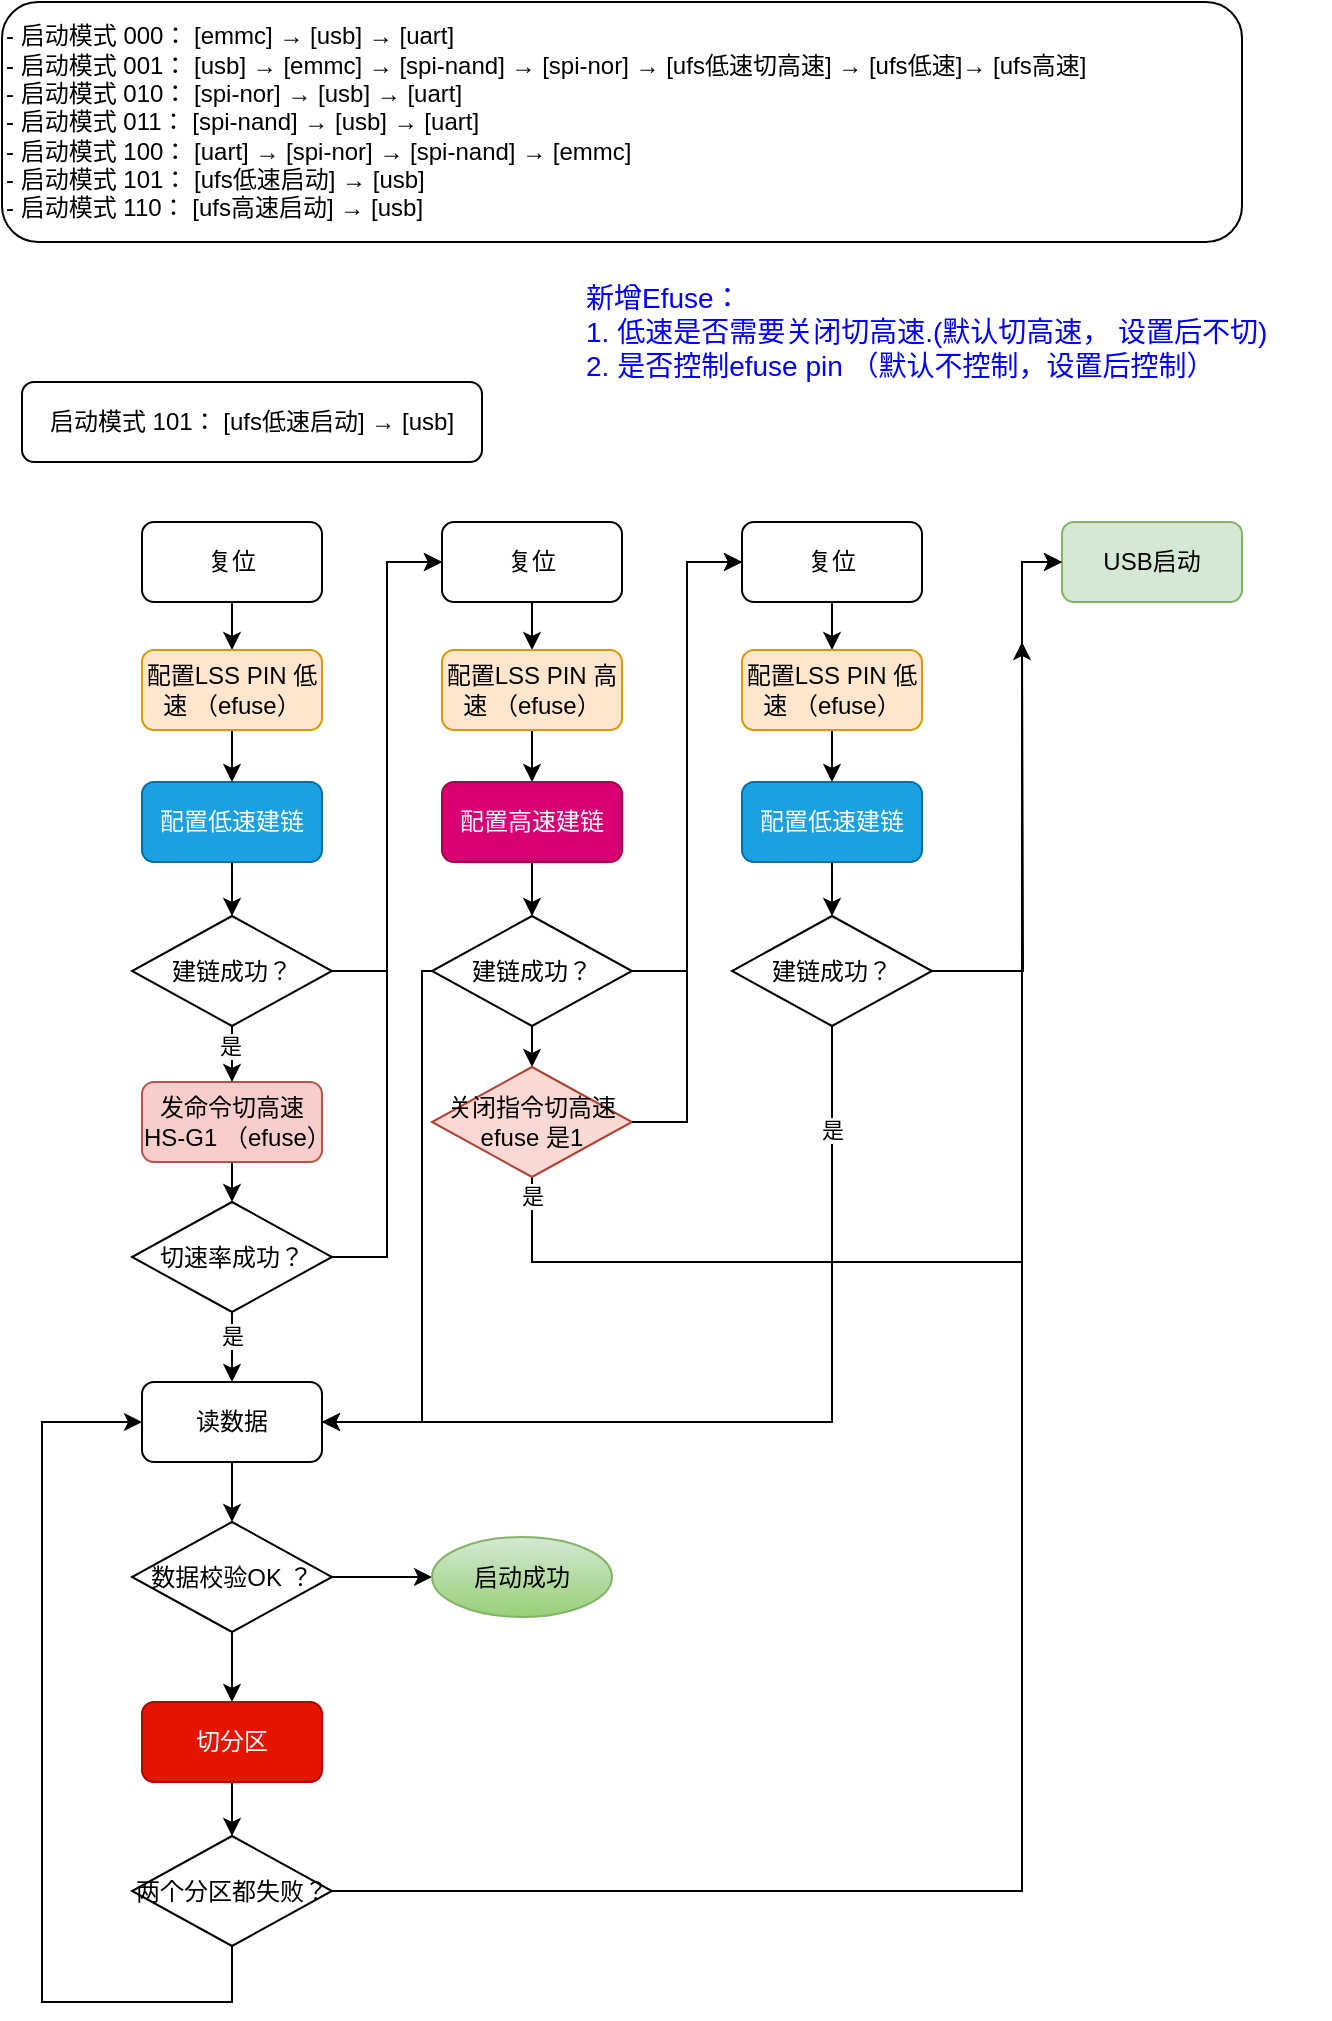
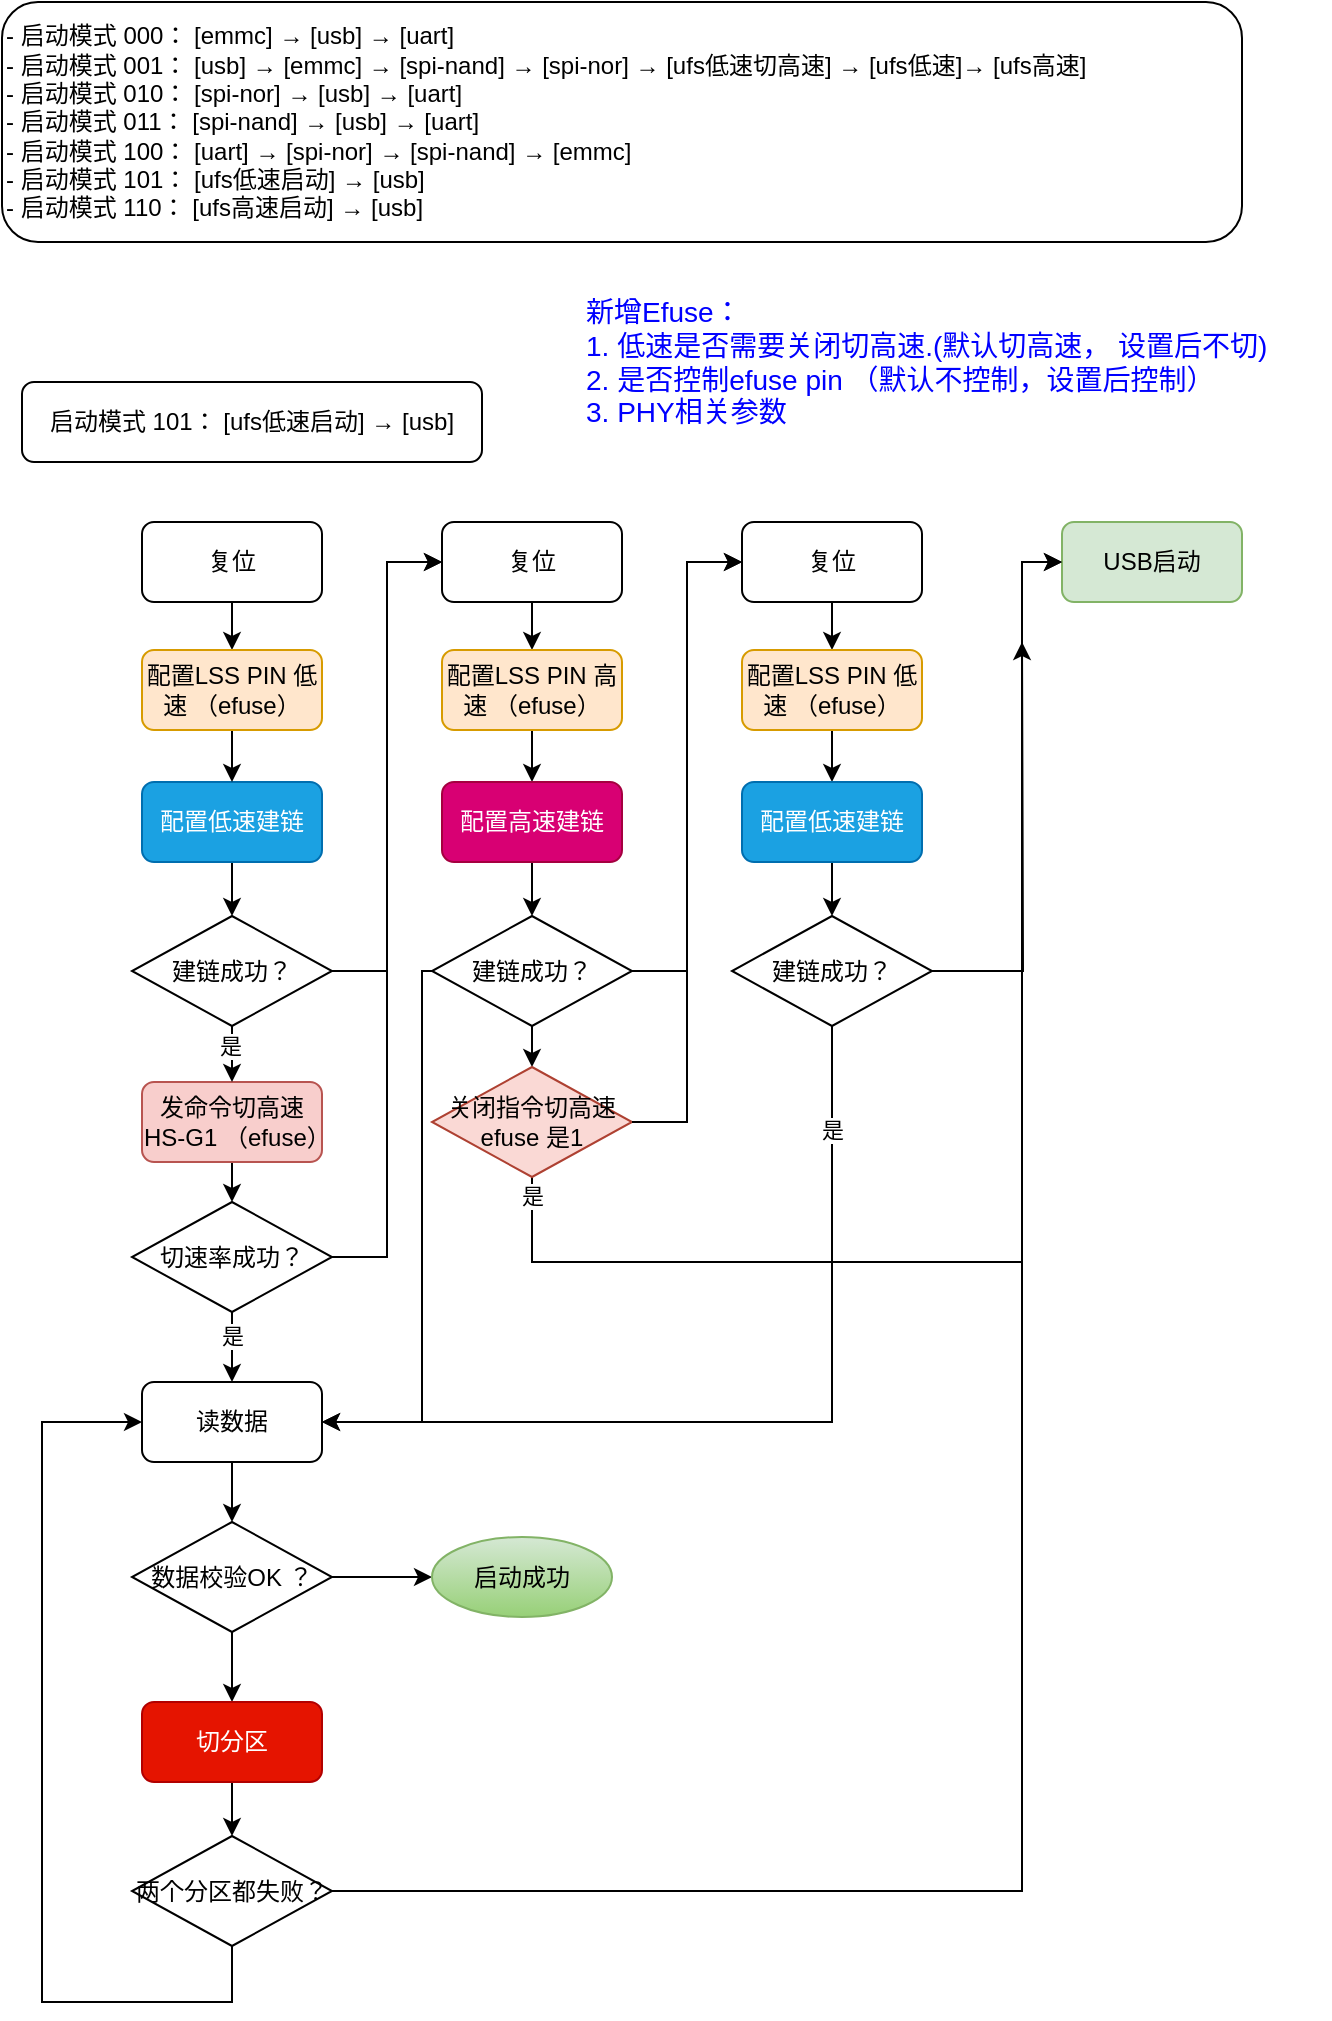
<mxfile host="app.diagrams.net" pages="3">
  <diagram name="第 1 页" id="G7MmgVwn_JN6exUAJ0xq">
    <mxGraphModel dx="1306" dy="677" grid="1" gridSize="10" guides="1" tooltips="1" connect="1" arrows="1" fold="1" page="1" pageScale="1" pageWidth="827" pageHeight="1169" math="0" shadow="0">
      <root>
        <mxCell id="0" />
        <mxCell id="1" parent="0" />
        <mxCell id="rA-qTAb89klGYPX6EJBB-1" parent="1" style="rounded=1;whiteSpace=wrap;html=1;align=left;" value="&lt;div&gt;-&amp;nbsp;&lt;span style=&quot;background-color: transparent; color: light-dark(rgb(0, 0, 0), rgb(255, 255, 255));&quot;&gt;启动模式&amp;nbsp;&lt;/span&gt;&lt;span style=&quot;background-color: transparent; color: light-dark(rgb(0, 0, 0), rgb(255, 255, 255));&quot;&gt;000： [emmc] → [usb] → [uart]&lt;/span&gt;&lt;/div&gt;&lt;div&gt;- 启动模式 001： [usb] → [emmc] → [spi-nand] → [spi-nor]&amp;nbsp;&lt;span style=&quot;background-color: transparent; color: light-dark(rgb(0, 0, 0), rgb(255, 255, 255));&quot;&gt;→ [ufs低速切高速]&amp;nbsp;&lt;/span&gt;&lt;span style=&quot;background-color: transparent; color: light-dark(rgb(0, 0, 0), rgb(255, 255, 255));&quot;&gt;→ [ufs&lt;/span&gt;低&lt;span style=&quot;background-color: transparent; color: light-dark(rgb(0, 0, 0), rgb(255, 255, 255));&quot;&gt;速]&lt;/span&gt;&lt;span style=&quot;background-color: transparent; color: light-dark(rgb(0, 0, 0), rgb(255, 255, 255));&quot;&gt;→ [ufs高速]&lt;/span&gt;&lt;span style=&quot;background-color: transparent; color: light-dark(rgb(0, 0, 0), rgb(255, 255, 255));&quot;&gt;&amp;nbsp;&lt;/span&gt;&lt;/div&gt;&lt;div&gt;- 启动模式 010： [spi-nor] → [usb] → [uart]&lt;/div&gt;&lt;div&gt;- 启动模式 011： [spi-nand] → [usb] → [uart]&lt;/div&gt;&lt;div&gt;- 启动模式 100： [uart] → [spi-nor] → [spi-nand] → [emmc]&lt;/div&gt;&lt;div&gt;- 启动模式 101： [ufs低速启动] &lt;span style=&quot;background-color: transparent; color: light-dark(rgb(0, 0, 0), rgb(255, 255, 255));&quot;&gt;→&amp;nbsp;&lt;/span&gt;&lt;span style=&quot;background-color: transparent; color: light-dark(rgb(0, 0, 0), rgb(255, 255, 255));&quot;&gt;[usb]&lt;/span&gt;&lt;/div&gt;&lt;div&gt;- 启动模式 110：&amp;nbsp;&lt;span style=&quot;background-color: transparent; color: light-dark(rgb(0, 0, 0), rgb(255, 255, 255));&quot;&gt;[ufs高速启动]&lt;/span&gt;&lt;span style=&quot;background-color: transparent; color: light-dark(rgb(0, 0, 0), rgb(255, 255, 255));&quot;&gt; &lt;/span&gt;&lt;span style=&quot;background-color: transparent; color: light-dark(rgb(0, 0, 0), rgb(255, 255, 255));&quot;&gt;→ &lt;/span&gt;&lt;span style=&quot;background-color: transparent; color: light-dark(rgb(0, 0, 0), rgb(255, 255, 255));&quot;&gt;[usb]&lt;/span&gt;&lt;/div&gt;" vertex="1">
          <mxGeometry height="120" width="620" x="90" y="60" as="geometry" />
        </mxCell>
-         <mxCell id="NB0EyB8uGB_RDp4CUSld-2" parent="1" style="text;html=1;whiteSpace=wrap;strokeColor=none;fillColor=none;align=left;verticalAlign=middle;rounded=0;fontColor=#0000FF;fontSize=14;" value="新增Efuse：&lt;div&gt;1. 低速是否需要关闭切高速.(默认切高速， 设置后不切)&lt;/div&gt;&lt;div&gt;2. 是否控制efuse pin （默认不控制，设置后控制）&lt;/div&gt;" vertex="1">
-           <mxGeometry height="50" width="374" x="380" y="200" as="geometry" />
+         <mxCell id="NB0EyB8uGB_RDp4CUSld-2" parent="1" style="text;html=1;whiteSpace=wrap;strokeColor=none;fillColor=none;align=left;verticalAlign=middle;rounded=0;fontColor=#0000FF;fontSize=14;" value="新增Efuse：&lt;div&gt;1. 低速是否需要关闭切高速.(默认切高速， 设置后不切)&lt;/div&gt;&lt;div&gt;2. 是否控制efuse pin （默认不控制，设置后控制）&lt;/div&gt;&lt;div&gt;3. PHY相关参数&lt;/div&gt;" vertex="1">
+           <mxGeometry height="80" width="374" x="380" y="200" as="geometry" />
        </mxCell>
        <mxCell id="NB0EyB8uGB_RDp4CUSld-23" edge="1" parent="1" source="NB0EyB8uGB_RDp4CUSld-5" style="edgeStyle=orthogonalEdgeStyle;rounded=0;orthogonalLoop=1;jettySize=auto;html=1;exitX=0.5;exitY=1;exitDx=0;exitDy=0;entryX=0.5;entryY=0;entryDx=0;entryDy=0;" target="NB0EyB8uGB_RDp4CUSld-7">
          <mxGeometry relative="1" as="geometry" />
        </mxCell>
        <mxCell id="NB0EyB8uGB_RDp4CUSld-5" parent="1" style="rounded=1;whiteSpace=wrap;html=1;" value="复位" vertex="1">
          <mxGeometry height="40" width="90" x="160" y="320" as="geometry" />
        </mxCell>
        <mxCell id="NB0EyB8uGB_RDp4CUSld-25" edge="1" parent="1" source="NB0EyB8uGB_RDp4CUSld-6" style="edgeStyle=orthogonalEdgeStyle;rounded=0;orthogonalLoop=1;jettySize=auto;html=1;exitX=0.5;exitY=1;exitDx=0;exitDy=0;entryX=0.5;entryY=0;entryDx=0;entryDy=0;" target="NB0EyB8uGB_RDp4CUSld-9">
          <mxGeometry relative="1" as="geometry" />
        </mxCell>
        <mxCell id="NB0EyB8uGB_RDp4CUSld-6" parent="1" style="rounded=1;whiteSpace=wrap;html=1;fillColor=#1ba1e2;fontColor=#ffffff;strokeColor=#006EAF;" value="配置低速建链" vertex="1">
          <mxGeometry height="40" width="90" x="160" y="450" as="geometry" />
        </mxCell>
        <mxCell id="NB0EyB8uGB_RDp4CUSld-24" edge="1" parent="1" source="NB0EyB8uGB_RDp4CUSld-7" style="edgeStyle=orthogonalEdgeStyle;rounded=0;orthogonalLoop=1;jettySize=auto;html=1;exitX=0.5;exitY=1;exitDx=0;exitDy=0;entryX=0.5;entryY=0;entryDx=0;entryDy=0;" target="NB0EyB8uGB_RDp4CUSld-6">
          <mxGeometry relative="1" as="geometry">
            <mxPoint x="205" y="444" as="targetPoint" />
          </mxGeometry>
        </mxCell>
        <mxCell id="NB0EyB8uGB_RDp4CUSld-7" parent="1" style="rounded=1;whiteSpace=wrap;html=1;fillColor=#ffe6cc;strokeColor=#d79b00;" value="配置LSS PIN 低速 （efuse）" vertex="1">
          <mxGeometry height="40" width="90" x="160" y="384" as="geometry" />
        </mxCell>
        <mxCell id="NB0EyB8uGB_RDp4CUSld-27" edge="1" parent="1" source="NB0EyB8uGB_RDp4CUSld-8" style="edgeStyle=orthogonalEdgeStyle;rounded=0;orthogonalLoop=1;jettySize=auto;html=1;exitX=0.5;exitY=1;exitDx=0;exitDy=0;entryX=0.5;entryY=0;entryDx=0;entryDy=0;" target="NB0EyB8uGB_RDp4CUSld-17">
          <mxGeometry relative="1" as="geometry" />
        </mxCell>
        <mxCell id="NB0EyB8uGB_RDp4CUSld-8" parent="1" style="rounded=1;whiteSpace=wrap;html=1;fillColor=#f8cecc;strokeColor=#b85450;" value="发命令切高速 HS-G1 （efuse）" vertex="1">
          <mxGeometry height="40" width="90" x="160" y="600" as="geometry" />
        </mxCell>
        <mxCell id="NB0EyB8uGB_RDp4CUSld-26" edge="1" parent="1" source="NB0EyB8uGB_RDp4CUSld-9" style="edgeStyle=orthogonalEdgeStyle;rounded=0;orthogonalLoop=1;jettySize=auto;html=1;exitX=0.5;exitY=1;exitDx=0;exitDy=0;" target="NB0EyB8uGB_RDp4CUSld-8">
          <mxGeometry relative="1" as="geometry" />
        </mxCell>
        <mxCell id="KlgkcFlpm4Ags5-VuJH5-14" connectable="0" parent="NB0EyB8uGB_RDp4CUSld-26" style="edgeLabel;html=1;align=center;verticalAlign=middle;resizable=0;points=[];" value="是" vertex="1">
          <mxGeometry relative="1" x="0.2946" y="-1" as="geometry">
            <mxPoint as="offset" />
          </mxGeometry>
        </mxCell>
        <mxCell id="KlgkcFlpm4Ags5-VuJH5-1" edge="1" parent="1" source="NB0EyB8uGB_RDp4CUSld-9" style="edgeStyle=orthogonalEdgeStyle;rounded=0;orthogonalLoop=1;jettySize=auto;html=1;exitX=1;exitY=0.5;exitDx=0;exitDy=0;entryX=0;entryY=0.5;entryDx=0;entryDy=0;" target="NB0EyB8uGB_RDp4CUSld-11">
          <mxGeometry relative="1" as="geometry" />
        </mxCell>
        <mxCell id="NB0EyB8uGB_RDp4CUSld-9" parent="1" style="rhombus;whiteSpace=wrap;html=1;" value="建链成功？" vertex="1">
          <mxGeometry height="55" width="100" x="155" y="517" as="geometry" />
        </mxCell>
        <mxCell id="NB0EyB8uGB_RDp4CUSld-10" parent="1" style="rounded=1;whiteSpace=wrap;html=1;" value="&lt;span style=&quot;text-align: left;&quot;&gt;启动模式 101： [ufs低速启动] &lt;/span&gt;&lt;span style=&quot;color: light-dark(rgb(0, 0, 0), rgb(255, 255, 255)); text-align: left; background-color: transparent;&quot;&gt;→ &lt;/span&gt;&lt;span style=&quot;color: light-dark(rgb(0, 0, 0), rgb(255, 255, 255)); text-align: left; background-color: transparent;&quot;&gt;[usb]&lt;/span&gt;" vertex="1">
          <mxGeometry height="40" width="230" x="100" y="250" as="geometry" />
        </mxCell>
        <mxCell id="NB0EyB8uGB_RDp4CUSld-36" edge="1" parent="1" source="NB0EyB8uGB_RDp4CUSld-11" style="edgeStyle=orthogonalEdgeStyle;rounded=0;orthogonalLoop=1;jettySize=auto;html=1;exitX=0.5;exitY=1;exitDx=0;exitDy=0;entryX=0.5;entryY=0;entryDx=0;entryDy=0;" target="NB0EyB8uGB_RDp4CUSld-12">
          <mxGeometry relative="1" as="geometry" />
        </mxCell>
        <mxCell id="NB0EyB8uGB_RDp4CUSld-11" parent="1" style="rounded=1;whiteSpace=wrap;html=1;" value="复位" vertex="1">
          <mxGeometry height="40" width="90" x="310" y="320" as="geometry" />
        </mxCell>
        <mxCell id="NB0EyB8uGB_RDp4CUSld-37" edge="1" parent="1" source="NB0EyB8uGB_RDp4CUSld-12" style="edgeStyle=orthogonalEdgeStyle;rounded=0;orthogonalLoop=1;jettySize=auto;html=1;exitX=0.5;exitY=1;exitDx=0;exitDy=0;entryX=0.5;entryY=0;entryDx=0;entryDy=0;" target="NB0EyB8uGB_RDp4CUSld-13">
          <mxGeometry relative="1" as="geometry" />
        </mxCell>
        <mxCell id="NB0EyB8uGB_RDp4CUSld-12" parent="1" style="rounded=1;whiteSpace=wrap;html=1;fillColor=#ffe6cc;strokeColor=#d79b00;" value="配置LSS PIN 高速 （efuse）" vertex="1">
          <mxGeometry height="40" width="90" x="310" y="384" as="geometry" />
        </mxCell>
        <mxCell id="NB0EyB8uGB_RDp4CUSld-38" edge="1" parent="1" source="NB0EyB8uGB_RDp4CUSld-13" style="edgeStyle=orthogonalEdgeStyle;rounded=0;orthogonalLoop=1;jettySize=auto;html=1;exitX=0.5;exitY=1;exitDx=0;exitDy=0;entryX=0.5;entryY=0;entryDx=0;entryDy=0;" target="NB0EyB8uGB_RDp4CUSld-31">
          <mxGeometry relative="1" as="geometry" />
        </mxCell>
        <mxCell id="NB0EyB8uGB_RDp4CUSld-13" parent="1" style="rounded=1;whiteSpace=wrap;html=1;fillColor=#d80073;fontColor=#ffffff;strokeColor=#A50040;" value="配置高速建链" vertex="1">
          <mxGeometry height="40" width="90" x="310" y="450" as="geometry" />
        </mxCell>
        <mxCell id="NB0EyB8uGB_RDp4CUSld-28" edge="1" parent="1" source="NB0EyB8uGB_RDp4CUSld-17" style="edgeStyle=orthogonalEdgeStyle;rounded=0;orthogonalLoop=1;jettySize=auto;html=1;exitX=0.5;exitY=1;exitDx=0;exitDy=0;entryX=0.5;entryY=0;entryDx=0;entryDy=0;" target="NB0EyB8uGB_RDp4CUSld-18">
          <mxGeometry relative="1" as="geometry" />
        </mxCell>
        <mxCell id="KlgkcFlpm4Ags5-VuJH5-16" connectable="0" parent="NB0EyB8uGB_RDp4CUSld-28" style="edgeLabel;html=1;align=center;verticalAlign=middle;resizable=0;points=[];" value="是" vertex="1">
          <mxGeometry relative="1" x="-0.3338" as="geometry">
            <mxPoint as="offset" />
          </mxGeometry>
        </mxCell>
        <mxCell id="KlgkcFlpm4Ags5-VuJH5-2" edge="1" parent="1" source="NB0EyB8uGB_RDp4CUSld-17" style="edgeStyle=orthogonalEdgeStyle;rounded=0;orthogonalLoop=1;jettySize=auto;html=1;exitX=1;exitY=0.5;exitDx=0;exitDy=0;entryX=0;entryY=0.5;entryDx=0;entryDy=0;" target="NB0EyB8uGB_RDp4CUSld-11">
          <mxGeometry relative="1" as="geometry" />
        </mxCell>
        <mxCell id="NB0EyB8uGB_RDp4CUSld-17" parent="1" style="rhombus;whiteSpace=wrap;html=1;" value="切速率成功？" vertex="1">
          <mxGeometry height="55" width="100" x="155" y="660" as="geometry" />
        </mxCell>
        <mxCell id="NB0EyB8uGB_RDp4CUSld-29" edge="1" parent="1" source="NB0EyB8uGB_RDp4CUSld-18" style="edgeStyle=orthogonalEdgeStyle;rounded=0;orthogonalLoop=1;jettySize=auto;html=1;exitX=0.5;exitY=1;exitDx=0;exitDy=0;entryX=0.5;entryY=0;entryDx=0;entryDy=0;" target="NB0EyB8uGB_RDp4CUSld-20">
          <mxGeometry relative="1" as="geometry" />
        </mxCell>
        <mxCell id="NB0EyB8uGB_RDp4CUSld-18" parent="1" style="rounded=1;whiteSpace=wrap;html=1;" value="读数据" vertex="1">
          <mxGeometry height="40" width="90" x="160" y="750" as="geometry" />
        </mxCell>
        <mxCell id="NB0EyB8uGB_RDp4CUSld-30" edge="1" parent="1" source="NB0EyB8uGB_RDp4CUSld-20" style="edgeStyle=orthogonalEdgeStyle;rounded=0;orthogonalLoop=1;jettySize=auto;html=1;exitX=0.5;exitY=1;exitDx=0;exitDy=0;entryX=0.5;entryY=0;entryDx=0;entryDy=0;" target="NB0EyB8uGB_RDp4CUSld-21">
          <mxGeometry relative="1" as="geometry" />
        </mxCell>
        <mxCell id="Vg5q-0XLda4XJRTYY7xd-2" edge="1" parent="1" source="NB0EyB8uGB_RDp4CUSld-20" style="edgeStyle=orthogonalEdgeStyle;rounded=0;orthogonalLoop=1;jettySize=auto;html=1;exitX=1;exitY=0.5;exitDx=0;exitDy=0;entryX=0;entryY=0.5;entryDx=0;entryDy=0;" target="Vg5q-0XLda4XJRTYY7xd-1">
          <mxGeometry relative="1" as="geometry" />
        </mxCell>
        <mxCell id="NB0EyB8uGB_RDp4CUSld-20" parent="1" style="rhombus;whiteSpace=wrap;html=1;" value="数据校验OK ？" vertex="1">
          <mxGeometry height="55" width="100" x="155" y="820" as="geometry" />
        </mxCell>
        <mxCell id="NB0EyB8uGB_RDp4CUSld-22" edge="1" parent="1" source="KlgkcFlpm4Ags5-VuJH5-11" style="edgeStyle=orthogonalEdgeStyle;rounded=0;orthogonalLoop=1;jettySize=auto;html=1;exitX=0.5;exitY=1;exitDx=0;exitDy=0;entryX=0;entryY=0.5;entryDx=0;entryDy=0;" target="NB0EyB8uGB_RDp4CUSld-18">
          <mxGeometry relative="1" as="geometry">
            <Array as="points">
              <mxPoint x="205" y="1060" />
              <mxPoint x="110" y="1060" />
              <mxPoint x="110" y="770" />
            </Array>
          </mxGeometry>
        </mxCell>
        <mxCell id="KlgkcFlpm4Ags5-VuJH5-12" edge="1" parent="1" source="NB0EyB8uGB_RDp4CUSld-21" style="edgeStyle=orthogonalEdgeStyle;rounded=0;orthogonalLoop=1;jettySize=auto;html=1;exitX=0.5;exitY=1;exitDx=0;exitDy=0;entryX=0.5;entryY=0;entryDx=0;entryDy=0;" target="KlgkcFlpm4Ags5-VuJH5-11">
          <mxGeometry relative="1" as="geometry" />
        </mxCell>
        <mxCell id="NB0EyB8uGB_RDp4CUSld-21" parent="1" style="rounded=1;whiteSpace=wrap;html=1;fillColor=#e51400;fontColor=#ffffff;strokeColor=#B20000;" value="切分区" vertex="1">
          <mxGeometry height="40" width="90" x="160" y="910" as="geometry" />
        </mxCell>
        <mxCell id="KlgkcFlpm4Ags5-VuJH5-8" edge="1" parent="1" source="NB0EyB8uGB_RDp4CUSld-31" style="edgeStyle=orthogonalEdgeStyle;rounded=0;orthogonalLoop=1;jettySize=auto;html=1;exitX=1;exitY=0.5;exitDx=0;exitDy=0;entryX=0;entryY=0.5;entryDx=0;entryDy=0;" target="NB0EyB8uGB_RDp4CUSld-42">
          <mxGeometry relative="1" as="geometry" />
        </mxCell>
        <mxCell id="Vg5q-0XLda4XJRTYY7xd-7" edge="1" parent="1" source="NB0EyB8uGB_RDp4CUSld-31" style="edgeStyle=orthogonalEdgeStyle;rounded=0;orthogonalLoop=1;jettySize=auto;html=1;exitX=0;exitY=0.5;exitDx=0;exitDy=0;">
          <mxGeometry relative="1" as="geometry">
            <Array as="points">
              <mxPoint x="300" y="544" />
              <mxPoint x="300" y="770" />
            </Array>
            <mxPoint x="250" y="770" as="targetPoint" />
          </mxGeometry>
        </mxCell>
        <mxCell id="Vg5q-0XLda4XJRTYY7xd-8" edge="1" parent="1" source="NB0EyB8uGB_RDp4CUSld-31" style="edgeStyle=orthogonalEdgeStyle;rounded=0;orthogonalLoop=1;jettySize=auto;html=1;exitX=0.5;exitY=1;exitDx=0;exitDy=0;entryX=0.5;entryY=0;entryDx=0;entryDy=0;" target="Vg5q-0XLda4XJRTYY7xd-3">
          <mxGeometry relative="1" as="geometry" />
        </mxCell>
        <mxCell id="NB0EyB8uGB_RDp4CUSld-31" parent="1" style="rhombus;whiteSpace=wrap;html=1;" value="建链成功？" vertex="1">
          <mxGeometry height="55" width="100" x="305" y="517" as="geometry" />
        </mxCell>
        <mxCell id="KlgkcFlpm4Ags5-VuJH5-5" edge="1" parent="1" source="NB0EyB8uGB_RDp4CUSld-42" style="edgeStyle=orthogonalEdgeStyle;rounded=0;orthogonalLoop=1;jettySize=auto;html=1;exitX=0.5;exitY=1;exitDx=0;exitDy=0;entryX=0.5;entryY=0;entryDx=0;entryDy=0;" target="NB0EyB8uGB_RDp4CUSld-43">
          <mxGeometry relative="1" as="geometry" />
        </mxCell>
        <mxCell id="NB0EyB8uGB_RDp4CUSld-42" parent="1" style="rounded=1;whiteSpace=wrap;html=1;" value="复位" vertex="1">
          <mxGeometry height="40" width="90" x="460" y="320" as="geometry" />
        </mxCell>
        <mxCell id="KlgkcFlpm4Ags5-VuJH5-6" edge="1" parent="1" source="NB0EyB8uGB_RDp4CUSld-43" style="edgeStyle=orthogonalEdgeStyle;rounded=0;orthogonalLoop=1;jettySize=auto;html=1;exitX=0.5;exitY=1;exitDx=0;exitDy=0;entryX=0.5;entryY=0;entryDx=0;entryDy=0;" target="NB0EyB8uGB_RDp4CUSld-44">
          <mxGeometry relative="1" as="geometry" />
        </mxCell>
        <mxCell id="NB0EyB8uGB_RDp4CUSld-43" parent="1" style="rounded=1;whiteSpace=wrap;html=1;fillColor=#ffe6cc;strokeColor=#d79b00;" value="配置LSS PIN 低速 （efuse）" vertex="1">
          <mxGeometry height="40" width="90" x="460" y="384" as="geometry" />
        </mxCell>
        <mxCell id="KlgkcFlpm4Ags5-VuJH5-7" edge="1" parent="1" source="NB0EyB8uGB_RDp4CUSld-44" style="edgeStyle=orthogonalEdgeStyle;rounded=0;orthogonalLoop=1;jettySize=auto;html=1;exitX=0.5;exitY=1;exitDx=0;exitDy=0;entryX=0.5;entryY=0;entryDx=0;entryDy=0;" target="NB0EyB8uGB_RDp4CUSld-45">
          <mxGeometry relative="1" as="geometry" />
        </mxCell>
        <mxCell id="NB0EyB8uGB_RDp4CUSld-44" parent="1" style="rounded=1;whiteSpace=wrap;html=1;fillColor=#1ba1e2;fontColor=#ffffff;strokeColor=#006EAF;" value="配置低速建链" vertex="1">
          <mxGeometry height="40" width="90" x="460" y="450" as="geometry" />
        </mxCell>
        <mxCell id="KlgkcFlpm4Ags5-VuJH5-4" edge="1" parent="1" source="NB0EyB8uGB_RDp4CUSld-45" style="edgeStyle=orthogonalEdgeStyle;rounded=0;orthogonalLoop=1;jettySize=auto;html=1;exitX=0.5;exitY=1;exitDx=0;exitDy=0;">
          <mxGeometry relative="1" as="geometry">
            <Array as="points">
              <mxPoint x="505" y="770" />
              <mxPoint x="250" y="770" />
            </Array>
            <mxPoint x="250" y="770" as="targetPoint" />
          </mxGeometry>
        </mxCell>
        <mxCell id="KlgkcFlpm4Ags5-VuJH5-18" connectable="0" parent="KlgkcFlpm4Ags5-VuJH5-4" style="edgeLabel;html=1;align=center;verticalAlign=middle;resizable=0;points=[];" value="是" vertex="1">
          <mxGeometry relative="1" x="-0.7697" as="geometry">
            <mxPoint as="offset" />
          </mxGeometry>
        </mxCell>
        <mxCell id="KlgkcFlpm4Ags5-VuJH5-19" edge="1" parent="1" source="NB0EyB8uGB_RDp4CUSld-45" style="edgeStyle=orthogonalEdgeStyle;rounded=0;orthogonalLoop=1;jettySize=auto;html=1;exitX=1;exitY=0.5;exitDx=0;exitDy=0;">
          <mxGeometry relative="1" as="geometry">
            <mxPoint x="600" y="380" as="targetPoint" />
          </mxGeometry>
        </mxCell>
        <mxCell id="NB0EyB8uGB_RDp4CUSld-45" parent="1" style="rhombus;whiteSpace=wrap;html=1;" value="建链成功？" vertex="1">
          <mxGeometry height="55" width="100" x="455" y="517" as="geometry" />
        </mxCell>
        <mxCell id="KlgkcFlpm4Ags5-VuJH5-9" parent="1" style="rounded=1;whiteSpace=wrap;html=1;fillColor=#d5e8d4;strokeColor=#82b366;" value="USB启动" vertex="1">
          <mxGeometry height="40" width="90" x="620" y="320" as="geometry" />
        </mxCell>
        <mxCell id="KlgkcFlpm4Ags5-VuJH5-13" edge="1" parent="1" source="KlgkcFlpm4Ags5-VuJH5-11" style="edgeStyle=orthogonalEdgeStyle;rounded=0;orthogonalLoop=1;jettySize=auto;html=1;exitX=1;exitY=0.5;exitDx=0;exitDy=0;entryX=0;entryY=0.5;entryDx=0;entryDy=0;" target="KlgkcFlpm4Ags5-VuJH5-9">
          <mxGeometry relative="1" as="geometry">
            <Array as="points">
              <mxPoint x="600" y="1005" />
              <mxPoint x="600" y="340" />
            </Array>
          </mxGeometry>
        </mxCell>
        <mxCell id="KlgkcFlpm4Ags5-VuJH5-11" parent="1" style="rhombus;whiteSpace=wrap;html=1;" value="两个分区都失败？" vertex="1">
          <mxGeometry height="55" width="100" x="155" y="977" as="geometry" />
        </mxCell>
        <mxCell id="Vg5q-0XLda4XJRTYY7xd-1" parent="1" style="ellipse;whiteSpace=wrap;html=1;fillColor=#d5e8d4;gradientColor=#97d077;strokeColor=#82b366;" value="启动成功" vertex="1">
          <mxGeometry height="40" width="90" x="305" y="827.5" as="geometry" />
        </mxCell>
        <mxCell id="Vg5q-0XLda4XJRTYY7xd-10" edge="1" parent="1" source="Vg5q-0XLda4XJRTYY7xd-3" style="edgeStyle=orthogonalEdgeStyle;rounded=0;orthogonalLoop=1;jettySize=auto;html=1;exitX=0.5;exitY=1;exitDx=0;exitDy=0;entryX=0;entryY=0.5;entryDx=0;entryDy=0;" target="KlgkcFlpm4Ags5-VuJH5-9">
          <mxGeometry relative="1" as="geometry">
            <Array as="points">
              <mxPoint x="355" y="690" />
              <mxPoint x="600" y="690" />
              <mxPoint x="600" y="340" />
            </Array>
          </mxGeometry>
        </mxCell>
        <mxCell id="Vg5q-0XLda4XJRTYY7xd-11" connectable="0" parent="Vg5q-0XLda4XJRTYY7xd-10" style="edgeLabel;html=1;align=center;verticalAlign=middle;resizable=0;points=[];" value="是" vertex="1">
          <mxGeometry relative="1" x="-0.9713" as="geometry">
            <mxPoint as="offset" />
          </mxGeometry>
        </mxCell>
        <mxCell id="Vg5q-0XLda4XJRTYY7xd-3" parent="1" style="rhombus;whiteSpace=wrap;html=1;fillColor=#fad9d5;strokeColor=#ae4132;" value="关闭指令切高速&lt;div&gt;efuse 是1&lt;/div&gt;" vertex="1">
          <mxGeometry height="55" width="100" x="305" y="592.5" as="geometry" />
        </mxCell>
        <mxCell id="Vg5q-0XLda4XJRTYY7xd-9" edge="1" parent="1" source="Vg5q-0XLda4XJRTYY7xd-3" style="edgeStyle=orthogonalEdgeStyle;rounded=0;orthogonalLoop=1;jettySize=auto;html=1;exitX=1;exitY=0.5;exitDx=0;exitDy=0;entryX=0;entryY=0.5;entryDx=0;entryDy=0;" target="NB0EyB8uGB_RDp4CUSld-42">
          <mxGeometry relative="1" as="geometry" />
        </mxCell>
      </root>
    </mxGraphModel>
  </diagram>
  <diagram id="ql6nhWf0VNW54Wtxsakh" name="第 3 页">
    <mxGraphModel dx="902" dy="467" grid="1" gridSize="10" guides="1" tooltips="1" connect="1" arrows="1" fold="1" page="1" pageScale="1" pageWidth="827" pageHeight="1169" math="0" shadow="0">
      <root>
        <mxCell id="0" />
        <mxCell id="1" parent="0" />
        <mxCell id="Snxa9bD47oOBx4wNCC72-1" edge="1" parent="1" source="Snxa9bD47oOBx4wNCC72-2" style="edgeStyle=orthogonalEdgeStyle;rounded=0;orthogonalLoop=1;jettySize=auto;html=1;exitX=0.5;exitY=1;exitDx=0;exitDy=0;entryX=0.5;entryY=0;entryDx=0;entryDy=0;" target="Snxa9bD47oOBx4wNCC72-6">
          <mxGeometry relative="1" as="geometry" />
        </mxCell>
        <mxCell id="Snxa9bD47oOBx4wNCC72-2" parent="1" style="rounded=1;whiteSpace=wrap;html=1;" value="复位" vertex="1">
          <mxGeometry height="40" width="90" x="190" y="110" as="geometry" />
        </mxCell>
        <mxCell id="Snxa9bD47oOBx4wNCC72-3" edge="1" parent="1" source="Snxa9bD47oOBx4wNCC72-4" style="edgeStyle=orthogonalEdgeStyle;rounded=0;orthogonalLoop=1;jettySize=auto;html=1;exitX=0.5;exitY=1;exitDx=0;exitDy=0;entryX=0.5;entryY=0;entryDx=0;entryDy=0;" target="Snxa9bD47oOBx4wNCC72-23">
          <mxGeometry relative="1" as="geometry">
            <mxPoint x="235" y="307" as="targetPoint" />
          </mxGeometry>
        </mxCell>
        <mxCell id="Snxa9bD47oOBx4wNCC72-4" parent="1" style="rounded=1;whiteSpace=wrap;html=1;fillColor=#d80073;fontColor=#ffffff;strokeColor=#A50040;" value="配置高速建链" vertex="1">
          <mxGeometry height="40" width="90" x="190" y="240" as="geometry" />
        </mxCell>
        <mxCell id="Snxa9bD47oOBx4wNCC72-5" edge="1" parent="1" source="Snxa9bD47oOBx4wNCC72-6" style="edgeStyle=orthogonalEdgeStyle;rounded=0;orthogonalLoop=1;jettySize=auto;html=1;exitX=0.5;exitY=1;exitDx=0;exitDy=0;entryX=0.5;entryY=0;entryDx=0;entryDy=0;" target="Snxa9bD47oOBx4wNCC72-4">
          <mxGeometry relative="1" as="geometry">
            <mxPoint x="235" y="234" as="targetPoint" />
          </mxGeometry>
        </mxCell>
        <mxCell id="Snxa9bD47oOBx4wNCC72-6" parent="1" style="rounded=1;whiteSpace=wrap;html=1;fillColor=#ffe6cc;strokeColor=#d79b00;" value="配置LSS PIN高速 （efuse）" vertex="1">
          <mxGeometry height="40" width="90" x="190" y="174" as="geometry" />
        </mxCell>
        <mxCell id="Snxa9bD47oOBx4wNCC72-13" parent="1" style="rounded=1;whiteSpace=wrap;html=1;align=left;" value="启动模式 110： &lt;span style=&quot;color: light-dark(rgb(0, 0, 0), rgb(255, 255, 255)); background-color: transparent;&quot;&gt;[ufs高速启动]&lt;/span&gt;&lt;span style=&quot;color: light-dark(rgb(0, 0, 0), rgb(255, 255, 255)); background-color: transparent;&quot;&gt; &lt;/span&gt;&lt;span style=&quot;color: light-dark(rgb(0, 0, 0), rgb(255, 255, 255)); background-color: transparent;&quot;&gt;→ &lt;/span&gt;&lt;span style=&quot;color: light-dark(rgb(0, 0, 0), rgb(255, 255, 255)); background-color: transparent;&quot;&gt;[usb]&lt;/span&gt;" vertex="1">
          <mxGeometry height="40" width="450" x="185" y="30" as="geometry" />
        </mxCell>
        <mxCell id="Snxa9bD47oOBx4wNCC72-14" edge="1" parent="1" source="Snxa9bD47oOBx4wNCC72-15" style="edgeStyle=orthogonalEdgeStyle;rounded=0;orthogonalLoop=1;jettySize=auto;html=1;exitX=0.5;exitY=1;exitDx=0;exitDy=0;entryX=0.5;entryY=0;entryDx=0;entryDy=0;" target="Snxa9bD47oOBx4wNCC72-17">
          <mxGeometry relative="1" as="geometry" />
        </mxCell>
        <mxCell id="Snxa9bD47oOBx4wNCC72-15" parent="1" style="rounded=1;whiteSpace=wrap;html=1;" value="复位" vertex="1">
          <mxGeometry height="40" width="90" x="340" y="110" as="geometry" />
        </mxCell>
        <mxCell id="Snxa9bD47oOBx4wNCC72-16" edge="1" parent="1" source="Snxa9bD47oOBx4wNCC72-17" style="edgeStyle=orthogonalEdgeStyle;rounded=0;orthogonalLoop=1;jettySize=auto;html=1;exitX=0.5;exitY=1;exitDx=0;exitDy=0;entryX=0.5;entryY=0;entryDx=0;entryDy=0;" target="Snxa9bD47oOBx4wNCC72-19">
          <mxGeometry relative="1" as="geometry" />
        </mxCell>
        <mxCell id="Snxa9bD47oOBx4wNCC72-17" parent="1" style="rounded=1;whiteSpace=wrap;html=1;fillColor=#ffe6cc;strokeColor=#d79b00;" value="配置LSS PIN 低速 (efuse)" vertex="1">
          <mxGeometry height="40" width="90" x="340" y="174" as="geometry" />
        </mxCell>
        <mxCell id="Snxa9bD47oOBx4wNCC72-18" edge="1" parent="1" source="Snxa9bD47oOBx4wNCC72-19" style="edgeStyle=orthogonalEdgeStyle;rounded=0;orthogonalLoop=1;jettySize=auto;html=1;exitX=0.5;exitY=1;exitDx=0;exitDy=0;entryX=0.5;entryY=0;entryDx=0;entryDy=0;" target="Snxa9bD47oOBx4wNCC72-34">
          <mxGeometry relative="1" as="geometry" />
        </mxCell>
        <mxCell id="Snxa9bD47oOBx4wNCC72-19" parent="1" style="rounded=1;whiteSpace=wrap;html=1;fillColor=#1ba1e2;fontColor=#ffffff;strokeColor=#006EAF;" value="配置低速建链" vertex="1">
          <mxGeometry height="40" width="90" x="340" y="240" as="geometry" />
        </mxCell>
        <mxCell id="Snxa9bD47oOBx4wNCC72-20" edge="1" parent="1" source="Snxa9bD47oOBx4wNCC72-23" style="edgeStyle=orthogonalEdgeStyle;rounded=0;orthogonalLoop=1;jettySize=auto;html=1;exitX=0.5;exitY=1;exitDx=0;exitDy=0;entryX=0.5;entryY=0;entryDx=0;entryDy=0;" target="Snxa9bD47oOBx4wNCC72-25">
          <mxGeometry relative="1" as="geometry" />
        </mxCell>
        <mxCell id="Snxa9bD47oOBx4wNCC72-21" connectable="0" parent="Snxa9bD47oOBx4wNCC72-20" style="edgeLabel;html=1;align=center;verticalAlign=middle;resizable=0;points=[];" value="是" vertex="1">
          <mxGeometry relative="1" x="-0.3338" as="geometry">
            <mxPoint as="offset" />
          </mxGeometry>
        </mxCell>
        <mxCell id="Snxa9bD47oOBx4wNCC72-22" edge="1" parent="1" source="Snxa9bD47oOBx4wNCC72-23" style="edgeStyle=orthogonalEdgeStyle;rounded=0;orthogonalLoop=1;jettySize=auto;html=1;exitX=1;exitY=0.5;exitDx=0;exitDy=0;entryX=0;entryY=0.5;entryDx=0;entryDy=0;" target="Snxa9bD47oOBx4wNCC72-15">
          <mxGeometry relative="1" as="geometry" />
        </mxCell>
        <mxCell id="Snxa9bD47oOBx4wNCC72-23" parent="1" style="rhombus;whiteSpace=wrap;html=1;" value="建链成功？" vertex="1">
          <mxGeometry height="55" width="100" x="185" y="310" as="geometry" />
        </mxCell>
        <mxCell id="Snxa9bD47oOBx4wNCC72-24" edge="1" parent="1" source="Snxa9bD47oOBx4wNCC72-25" style="edgeStyle=orthogonalEdgeStyle;rounded=0;orthogonalLoop=1;jettySize=auto;html=1;exitX=0.5;exitY=1;exitDx=0;exitDy=0;entryX=0.5;entryY=0;entryDx=0;entryDy=0;" target="Snxa9bD47oOBx4wNCC72-27">
          <mxGeometry relative="1" as="geometry" />
        </mxCell>
        <mxCell id="Snxa9bD47oOBx4wNCC72-25" parent="1" style="rounded=1;whiteSpace=wrap;html=1;" value="读数据" vertex="1">
          <mxGeometry height="40" width="90" x="190" y="540" as="geometry" />
        </mxCell>
        <mxCell id="Snxa9bD47oOBx4wNCC72-26" edge="1" parent="1" source="Snxa9bD47oOBx4wNCC72-27" style="edgeStyle=orthogonalEdgeStyle;rounded=0;orthogonalLoop=1;jettySize=auto;html=1;exitX=0.5;exitY=1;exitDx=0;exitDy=0;entryX=0.5;entryY=0;entryDx=0;entryDy=0;" target="Snxa9bD47oOBx4wNCC72-30">
          <mxGeometry relative="1" as="geometry" />
        </mxCell>
        <mxCell id="Qj_6jyX3p3bSbpmFPhCt-1" connectable="0" parent="Snxa9bD47oOBx4wNCC72-26" style="edgeLabel;html=1;align=center;verticalAlign=middle;resizable=0;points=[];" value="否" vertex="1">
          <mxGeometry relative="1" x="-0.4236" y="-2" as="geometry">
            <mxPoint as="offset" />
          </mxGeometry>
        </mxCell>
        <mxCell id="Qj_6jyX3p3bSbpmFPhCt-3" edge="1" parent="1" source="Snxa9bD47oOBx4wNCC72-27" style="edgeStyle=orthogonalEdgeStyle;rounded=0;orthogonalLoop=1;jettySize=auto;html=1;exitX=1;exitY=0.5;exitDx=0;exitDy=0;" target="Qj_6jyX3p3bSbpmFPhCt-2">
          <mxGeometry relative="1" as="geometry" />
        </mxCell>
        <mxCell id="Snxa9bD47oOBx4wNCC72-27" parent="1" style="rhombus;whiteSpace=wrap;html=1;" value="数据校验OK ？" vertex="1">
          <mxGeometry height="55" width="100" x="185" y="610" as="geometry" />
        </mxCell>
        <mxCell id="Snxa9bD47oOBx4wNCC72-28" edge="1" parent="1" source="Snxa9bD47oOBx4wNCC72-47" style="edgeStyle=orthogonalEdgeStyle;rounded=0;orthogonalLoop=1;jettySize=auto;html=1;exitX=0.5;exitY=1;exitDx=0;exitDy=0;entryX=0;entryY=0.5;entryDx=0;entryDy=0;" target="Snxa9bD47oOBx4wNCC72-25">
          <mxGeometry relative="1" as="geometry">
            <Array as="points">
              <mxPoint x="235" y="850" />
              <mxPoint x="140" y="850" />
              <mxPoint x="140" y="560" />
            </Array>
          </mxGeometry>
        </mxCell>
        <mxCell id="Snxa9bD47oOBx4wNCC72-29" edge="1" parent="1" source="Snxa9bD47oOBx4wNCC72-30" style="edgeStyle=orthogonalEdgeStyle;rounded=0;orthogonalLoop=1;jettySize=auto;html=1;exitX=0.5;exitY=1;exitDx=0;exitDy=0;entryX=0.5;entryY=0;entryDx=0;entryDy=0;" target="Snxa9bD47oOBx4wNCC72-47">
          <mxGeometry relative="1" as="geometry" />
        </mxCell>
        <mxCell id="Snxa9bD47oOBx4wNCC72-30" parent="1" style="rounded=1;whiteSpace=wrap;html=1;fillColor=#e51400;fontColor=#ffffff;strokeColor=#B20000;" value="切分区" vertex="1">
          <mxGeometry height="40" width="90" x="190" y="700" as="geometry" />
        </mxCell>
        <mxCell id="Snxa9bD47oOBx4wNCC72-31" edge="1" parent="1" source="kbyZZD2k67tRUDCe1sfv-1" style="edgeStyle=orthogonalEdgeStyle;rounded=0;orthogonalLoop=1;jettySize=auto;html=1;exitX=0.5;exitY=1;exitDx=0;exitDy=0;" target="kbyZZD2k67tRUDCe1sfv-4">
          <mxGeometry relative="1" as="geometry" />
        </mxCell>
        <mxCell id="Snxa9bD47oOBx4wNCC72-33" edge="1" parent="1" source="Snxa9bD47oOBx4wNCC72-34" style="edgeStyle=orthogonalEdgeStyle;rounded=0;orthogonalLoop=1;jettySize=auto;html=1;exitX=1;exitY=0.5;exitDx=0;exitDy=0;entryX=0;entryY=0.5;entryDx=0;entryDy=0;" target="Snxa9bD47oOBx4wNCC72-45">
          <mxGeometry relative="1" as="geometry">
            <Array as="points">
              <mxPoint x="450" y="335" />
              <mxPoint x="450" y="100" />
              <mxPoint x="630" y="100" />
              <mxPoint x="630" y="130" />
            </Array>
          </mxGeometry>
        </mxCell>
        <mxCell id="Snxa9bD47oOBx4wNCC72-34" parent="1" style="rhombus;whiteSpace=wrap;html=1;" value="建链成功？" vertex="1">
          <mxGeometry height="55" width="100" x="335" y="307" as="geometry" />
        </mxCell>
        <mxCell id="Snxa9bD47oOBx4wNCC72-35" edge="1" parent="1" source="Snxa9bD47oOBx4wNCC72-36" style="edgeStyle=orthogonalEdgeStyle;rounded=0;orthogonalLoop=1;jettySize=auto;html=1;exitX=0.5;exitY=1;exitDx=0;exitDy=0;entryX=0.5;entryY=0;entryDx=0;entryDy=0;" target="Snxa9bD47oOBx4wNCC72-38">
          <mxGeometry relative="1" as="geometry" />
        </mxCell>
        <mxCell id="Snxa9bD47oOBx4wNCC72-36" parent="1" style="rounded=1;whiteSpace=wrap;html=1;" value="复位" vertex="1">
          <mxGeometry height="40" width="90" x="490" y="110" as="geometry" />
        </mxCell>
        <mxCell id="Snxa9bD47oOBx4wNCC72-37" edge="1" parent="1" source="Snxa9bD47oOBx4wNCC72-38" style="edgeStyle=orthogonalEdgeStyle;rounded=0;orthogonalLoop=1;jettySize=auto;html=1;exitX=0.5;exitY=1;exitDx=0;exitDy=0;entryX=0.5;entryY=0;entryDx=0;entryDy=0;" target="Snxa9bD47oOBx4wNCC72-40">
          <mxGeometry relative="1" as="geometry" />
        </mxCell>
        <mxCell id="Snxa9bD47oOBx4wNCC72-38" parent="1" style="rounded=1;whiteSpace=wrap;html=1;fillColor=#ffe6cc;strokeColor=#d79b00;" value="配置LSS PIN 低速 (efuse)" vertex="1">
          <mxGeometry height="40" width="90" x="490" y="174" as="geometry" />
        </mxCell>
        <mxCell id="Snxa9bD47oOBx4wNCC72-39" edge="1" parent="1" source="Snxa9bD47oOBx4wNCC72-40" style="edgeStyle=orthogonalEdgeStyle;rounded=0;orthogonalLoop=1;jettySize=auto;html=1;exitX=0.5;exitY=1;exitDx=0;exitDy=0;entryX=0.5;entryY=0;entryDx=0;entryDy=0;" target="Snxa9bD47oOBx4wNCC72-44">
          <mxGeometry relative="1" as="geometry" />
        </mxCell>
        <mxCell id="Snxa9bD47oOBx4wNCC72-40" parent="1" style="rounded=1;whiteSpace=wrap;html=1;fillColor=#1ba1e2;fontColor=#ffffff;strokeColor=#006EAF;" value="配置低速建链" vertex="1">
          <mxGeometry height="40" width="90" x="490" y="240" as="geometry" />
        </mxCell>
        <mxCell id="Snxa9bD47oOBx4wNCC72-41" edge="1" parent="1" source="Snxa9bD47oOBx4wNCC72-44" style="edgeStyle=orthogonalEdgeStyle;rounded=0;orthogonalLoop=1;jettySize=auto;html=1;exitX=0.5;exitY=1;exitDx=0;exitDy=0;">
          <mxGeometry relative="1" as="geometry">
            <Array as="points">
              <mxPoint x="535" y="560" />
              <mxPoint x="280" y="560" />
            </Array>
            <mxPoint x="280" y="560" as="targetPoint" />
          </mxGeometry>
        </mxCell>
        <mxCell id="Snxa9bD47oOBx4wNCC72-42" connectable="0" parent="Snxa9bD47oOBx4wNCC72-41" style="edgeLabel;html=1;align=center;verticalAlign=middle;resizable=0;points=[];" value="是" vertex="1">
          <mxGeometry relative="1" x="-0.7697" as="geometry">
            <mxPoint as="offset" />
          </mxGeometry>
        </mxCell>
        <mxCell id="Snxa9bD47oOBx4wNCC72-43" edge="1" parent="1" source="Snxa9bD47oOBx4wNCC72-44" style="edgeStyle=orthogonalEdgeStyle;rounded=0;orthogonalLoop=1;jettySize=auto;html=1;exitX=1;exitY=0.5;exitDx=0;exitDy=0;">
          <mxGeometry relative="1" as="geometry">
            <mxPoint x="630" y="170" as="targetPoint" />
          </mxGeometry>
        </mxCell>
        <mxCell id="Snxa9bD47oOBx4wNCC72-44" parent="1" style="rhombus;whiteSpace=wrap;html=1;" value="建链成功？" vertex="1">
          <mxGeometry height="55" width="100" x="485" y="307" as="geometry" />
        </mxCell>
        <mxCell id="Snxa9bD47oOBx4wNCC72-45" parent="1" style="rounded=1;whiteSpace=wrap;html=1;fillColor=#d5e8d4;strokeColor=#82b366;" value="USB启动" vertex="1">
          <mxGeometry height="40" width="90" x="650" y="110" as="geometry" />
        </mxCell>
        <mxCell id="Snxa9bD47oOBx4wNCC72-46" edge="1" parent="1" source="Snxa9bD47oOBx4wNCC72-47" style="edgeStyle=orthogonalEdgeStyle;rounded=0;orthogonalLoop=1;jettySize=auto;html=1;exitX=1;exitY=0.5;exitDx=0;exitDy=0;entryX=0;entryY=0.5;entryDx=0;entryDy=0;" target="Snxa9bD47oOBx4wNCC72-45">
          <mxGeometry relative="1" as="geometry">
            <Array as="points">
              <mxPoint x="630" y="795" />
              <mxPoint x="630" y="130" />
            </Array>
          </mxGeometry>
        </mxCell>
        <mxCell id="Snxa9bD47oOBx4wNCC72-47" parent="1" style="rhombus;whiteSpace=wrap;html=1;" value="两个分区都失败？" vertex="1">
          <mxGeometry height="55" width="100" x="185" y="767" as="geometry" />
        </mxCell>
        <mxCell id="kbyZZD2k67tRUDCe1sfv-2" edge="1" parent="1" source="Snxa9bD47oOBx4wNCC72-34" style="edgeStyle=orthogonalEdgeStyle;rounded=0;orthogonalLoop=1;jettySize=auto;html=1;exitX=0.5;exitY=1;exitDx=0;exitDy=0;entryX=0.5;entryY=0;entryDx=0;entryDy=0;" target="kbyZZD2k67tRUDCe1sfv-1" value="">
          <mxGeometry relative="1" as="geometry">
            <mxPoint x="385" y="362" as="sourcePoint" />
            <mxPoint x="280" y="560" as="targetPoint" />
          </mxGeometry>
        </mxCell>
        <mxCell id="kbyZZD2k67tRUDCe1sfv-3" connectable="0" parent="kbyZZD2k67tRUDCe1sfv-2" style="edgeLabel;html=1;align=center;verticalAlign=middle;resizable=0;points=[];" value="是" vertex="1">
          <mxGeometry relative="1" x="-0.5934" y="-1" as="geometry">
            <mxPoint as="offset" />
          </mxGeometry>
        </mxCell>
        <mxCell id="kbyZZD2k67tRUDCe1sfv-1" parent="1" style="rounded=1;whiteSpace=wrap;html=1;fillColor=#f8cecc;strokeColor=#b85450;" value="发命令切高速 HS-G1" vertex="1">
          <mxGeometry height="40" width="90" x="340" y="390" as="geometry" />
        </mxCell>
        <mxCell id="kbyZZD2k67tRUDCe1sfv-6" edge="1" parent="1" source="kbyZZD2k67tRUDCe1sfv-4" style="edgeStyle=orthogonalEdgeStyle;rounded=0;orthogonalLoop=1;jettySize=auto;html=1;exitX=0.5;exitY=1;exitDx=0;exitDy=0;">
          <mxGeometry relative="1" as="geometry">
            <Array as="points">
              <mxPoint x="385" y="560" />
              <mxPoint x="280" y="560" />
            </Array>
            <mxPoint x="280" y="560" as="targetPoint" />
          </mxGeometry>
        </mxCell>
        <mxCell id="kbyZZD2k67tRUDCe1sfv-8" edge="1" parent="1" source="kbyZZD2k67tRUDCe1sfv-4" style="edgeStyle=orthogonalEdgeStyle;rounded=0;orthogonalLoop=1;jettySize=auto;html=1;exitX=1;exitY=0.5;exitDx=0;exitDy=0;entryX=0;entryY=0.5;entryDx=0;entryDy=0;" target="Snxa9bD47oOBx4wNCC72-36">
          <mxGeometry relative="1" as="geometry" />
        </mxCell>
        <mxCell id="kbyZZD2k67tRUDCe1sfv-4" parent="1" style="rhombus;whiteSpace=wrap;html=1;" value="切速率成功？" vertex="1">
          <mxGeometry height="55" width="100" x="335" y="460" as="geometry" />
        </mxCell>
        <mxCell id="Qj_6jyX3p3bSbpmFPhCt-2" parent="1" style="ellipse;whiteSpace=wrap;html=1;fillColor=#d5e8d4;gradientColor=#97d077;strokeColor=#82b366;" value="启动成功" vertex="1">
          <mxGeometry height="40" width="90" x="335" y="617.5" as="geometry" />
        </mxCell>
      </root>
    </mxGraphModel>
  </diagram>
  <diagram id="lCvtZ__jX87erlVo9mpF" name="第 2 页">
    <mxGraphModel dx="1082" dy="561" grid="1" gridSize="10" guides="1" tooltips="1" connect="1" arrows="1" fold="1" page="1" pageScale="1" pageWidth="827" pageHeight="1169" math="0" shadow="0">
      <root>
        <mxCell id="0" />
        <mxCell id="1" parent="0" />
        <mxCell id="WnOlcH9fiUK7AfTd9S8V-1" parent="1" style="text;html=1;whiteSpace=wrap;strokeColor=none;fillColor=none;align=left;verticalAlign=middle;rounded=0;fontSize=14;" value="&lt;div&gt;&lt;div&gt;- 启动模式 101： [ufs低速启动] &lt;span style=&quot;background-color: transparent; color: light-dark(rgb(0, 0, 0), rgb(255, 255, 255));&quot;&gt;→ &lt;/span&gt;&lt;span style=&quot;background-color: transparent; color: light-dark(rgb(0, 0, 0), rgb(255, 255, 255));&quot;&gt;[usb]&lt;/span&gt;&lt;/div&gt;&lt;div&gt;- 启动模式 110： &lt;span style=&quot;background-color: transparent; color: light-dark(rgb(0, 0, 0), rgb(255, 255, 255));&quot;&gt;[ufs高速启动]&lt;/span&gt;&lt;span style=&quot;background-color: transparent; color: light-dark(rgb(0, 0, 0), rgb(255, 255, 255));&quot;&gt; &lt;/span&gt;&lt;span style=&quot;background-color: transparent; color: light-dark(rgb(0, 0, 0), rgb(255, 255, 255));&quot;&gt;→ &lt;/span&gt;&lt;span style=&quot;background-color: transparent; color: light-dark(rgb(0, 0, 0), rgb(255, 255, 255));&quot;&gt;[usb]&lt;/span&gt;&lt;/div&gt;&lt;/div&gt;异常情况汇总：" vertex="1">
          <mxGeometry height="50" width="360" x="40" y="250" as="geometry" />
        </mxCell>
        <mxCell id="WnOlcH9fiUK7AfTd9S8V-2" parent="1" style="shape=table;startSize=0;container=1;collapsible=0;childLayout=tableLayout;fontSize=14;align=left;" value="" vertex="1">
          <mxGeometry height="240" width="730" x="40" y="320" as="geometry" />
        </mxCell>
        <mxCell id="-yYV-AWoShLVFezPO-Gk-6" parent="WnOlcH9fiUK7AfTd9S8V-2" style="shape=tableRow;horizontal=0;startSize=0;swimlaneHead=0;swimlaneBody=0;strokeColor=inherit;top=0;left=0;bottom=0;right=0;collapsible=0;dropTarget=0;fillColor=none;points=[[0,0.5],[1,0.5]];portConstraint=eastwest;fontSize=14;align=left;" value="" vertex="1">
          <mxGeometry height="40" width="730" as="geometry" />
        </mxCell>
        <mxCell id="-yYV-AWoShLVFezPO-Gk-7" parent="-yYV-AWoShLVFezPO-Gk-6" style="shape=partialRectangle;html=1;whiteSpace=wrap;connectable=0;strokeColor=inherit;overflow=hidden;fillColor=none;top=0;left=0;bottom=0;right=0;pointerEvents=1;fontSize=14;align=left;" value="case" vertex="1">
          <mxGeometry height="40" width="32" as="geometry">
            <mxRectangle height="40" width="32" as="alternateBounds" />
          </mxGeometry>
        </mxCell>
        <mxCell id="-yYV-AWoShLVFezPO-Gk-8" parent="-yYV-AWoShLVFezPO-Gk-6" style="shape=partialRectangle;html=1;whiteSpace=wrap;connectable=0;strokeColor=inherit;overflow=hidden;fillColor=none;top=0;left=0;bottom=0;right=0;pointerEvents=1;fontSize=14;align=left;" value="启动情况" vertex="1">
          <mxGeometry height="40" width="288" x="32" as="geometry">
            <mxRectangle height="40" width="288" as="alternateBounds" />
          </mxGeometry>
        </mxCell>
        <mxCell id="-yYV-AWoShLVFezPO-Gk-9" parent="-yYV-AWoShLVFezPO-Gk-6" style="shape=partialRectangle;html=1;whiteSpace=wrap;connectable=0;strokeColor=inherit;overflow=hidden;fillColor=none;top=0;left=0;bottom=0;right=0;pointerEvents=1;fontSize=14;align=left;" value="建链结果" vertex="1">
          <mxGeometry height="40" width="410" x="320" as="geometry">
            <mxRectangle height="40" width="410" as="alternateBounds" />
          </mxGeometry>
        </mxCell>
        <mxCell id="-yYV-AWoShLVFezPO-Gk-2" parent="WnOlcH9fiUK7AfTd9S8V-2" style="shape=tableRow;horizontal=0;startSize=0;swimlaneHead=0;swimlaneBody=0;strokeColor=inherit;top=0;left=0;bottom=0;right=0;collapsible=0;dropTarget=0;fillColor=none;points=[[0,0.5],[1,0.5]];portConstraint=eastwest;fontSize=14;align=left;" value="" vertex="1">
          <mxGeometry height="40" width="730" y="40" as="geometry" />
        </mxCell>
        <mxCell id="-yYV-AWoShLVFezPO-Gk-3" parent="-yYV-AWoShLVFezPO-Gk-2" style="shape=partialRectangle;html=1;whiteSpace=wrap;connectable=0;strokeColor=inherit;overflow=hidden;fillColor=none;top=0;left=0;bottom=0;right=0;pointerEvents=1;fontSize=14;align=left;" value="1" vertex="1">
          <mxGeometry height="40" width="32" as="geometry">
            <mxRectangle height="40" width="32" as="alternateBounds" />
          </mxGeometry>
        </mxCell>
        <mxCell id="-yYV-AWoShLVFezPO-Gk-4" parent="-yYV-AWoShLVFezPO-Gk-2" style="shape=partialRectangle;html=1;whiteSpace=wrap;connectable=0;strokeColor=inherit;overflow=hidden;fillColor=none;top=0;left=0;bottom=0;right=0;pointerEvents=1;fontSize=14;align=left;" value="bootrom 配置低速启动，但是颗粒硬件设置高速启动，高速成功" vertex="1">
          <mxGeometry height="40" width="288" x="32" as="geometry">
            <mxRectangle height="40" width="288" as="alternateBounds" />
          </mxGeometry>
        </mxCell>
        <mxCell id="-yYV-AWoShLVFezPO-Gk-5" parent="-yYV-AWoShLVFezPO-Gk-2" style="shape=partialRectangle;html=1;whiteSpace=wrap;connectable=0;strokeColor=inherit;overflow=hidden;fillColor=none;top=0;left=0;bottom=0;right=0;pointerEvents=1;fontSize=14;align=left;" value="bootrom先低速建链失败 --&amp;gt; &lt;font style=&quot;color: rgb(0, 0, 255);&quot;&gt;高速&lt;/font&gt;建链成功" vertex="1">
          <mxGeometry height="40" width="410" x="320" as="geometry">
            <mxRectangle height="40" width="410" as="alternateBounds" />
          </mxGeometry>
        </mxCell>
        <mxCell id="-yYV-AWoShLVFezPO-Gk-10" parent="WnOlcH9fiUK7AfTd9S8V-2" style="shape=tableRow;horizontal=0;startSize=0;swimlaneHead=0;swimlaneBody=0;strokeColor=inherit;top=0;left=0;bottom=0;right=0;collapsible=0;dropTarget=0;fillColor=none;points=[[0,0.5],[1,0.5]];portConstraint=eastwest;fontSize=14;align=left;" value="" vertex="1">
          <mxGeometry height="40" width="730" y="80" as="geometry" />
        </mxCell>
        <mxCell id="-yYV-AWoShLVFezPO-Gk-11" parent="-yYV-AWoShLVFezPO-Gk-10" style="shape=partialRectangle;html=1;whiteSpace=wrap;connectable=0;strokeColor=inherit;overflow=hidden;fillColor=none;top=0;left=0;bottom=0;right=0;pointerEvents=1;fontSize=14;align=left;" value="2" vertex="1">
          <mxGeometry height="40" width="32" as="geometry">
            <mxRectangle height="40" width="32" as="alternateBounds" />
          </mxGeometry>
        </mxCell>
        <mxCell id="-yYV-AWoShLVFezPO-Gk-12" parent="-yYV-AWoShLVFezPO-Gk-10" style="shape=partialRectangle;html=1;whiteSpace=wrap;connectable=0;strokeColor=inherit;overflow=hidden;fillColor=none;top=0;left=0;bottom=0;right=0;pointerEvents=1;fontSize=14;align=left;" value="bootrom 配置高速启动，但是颗粒硬件设置底速启动，低速切高速成功" vertex="1">
          <mxGeometry height="40" width="288" x="32" as="geometry">
            <mxRectangle height="40" width="288" as="alternateBounds" />
          </mxGeometry>
        </mxCell>
        <mxCell id="-yYV-AWoShLVFezPO-Gk-13" parent="-yYV-AWoShLVFezPO-Gk-10" style="shape=partialRectangle;html=1;whiteSpace=wrap;connectable=0;strokeColor=inherit;overflow=hidden;fillColor=none;top=0;left=0;bottom=0;right=0;pointerEvents=1;fontSize=14;align=left;" value="bootrom先高速建链失败 --&amp;gt; 低速建链成功并切&lt;font style=&quot;color: rgb(0, 0, 255);&quot;&gt;高速&lt;/font&gt;" vertex="1">
          <mxGeometry height="40" width="410" x="320" as="geometry">
            <mxRectangle height="40" width="410" as="alternateBounds" />
          </mxGeometry>
        </mxCell>
        <mxCell id="WnOlcH9fiUK7AfTd9S8V-3" parent="WnOlcH9fiUK7AfTd9S8V-2" style="shape=tableRow;horizontal=0;startSize=0;swimlaneHead=0;swimlaneBody=0;strokeColor=inherit;top=0;left=0;bottom=0;right=0;collapsible=0;dropTarget=0;fillColor=none;points=[[0,0.5],[1,0.5]];portConstraint=eastwest;fontSize=14;align=left;" value="" vertex="1">
          <mxGeometry height="40" width="730" y="120" as="geometry" />
        </mxCell>
        <mxCell id="WnOlcH9fiUK7AfTd9S8V-4" parent="WnOlcH9fiUK7AfTd9S8V-3" style="shape=partialRectangle;html=1;whiteSpace=wrap;connectable=0;strokeColor=inherit;overflow=hidden;fillColor=none;top=0;left=0;bottom=0;right=0;pointerEvents=1;fontSize=14;align=left;" value="3" vertex="1">
          <mxGeometry height="40" width="32" as="geometry">
            <mxRectangle height="40" width="32" as="alternateBounds" />
          </mxGeometry>
        </mxCell>
        <mxCell id="WnOlcH9fiUK7AfTd9S8V-5" parent="WnOlcH9fiUK7AfTd9S8V-3" style="shape=partialRectangle;html=1;whiteSpace=wrap;connectable=0;strokeColor=inherit;overflow=hidden;fillColor=none;top=0;left=0;bottom=0;right=0;pointerEvents=1;fontSize=14;align=left;" value="bootrom 配置低速启动，颗粒也是低速，切速率成功" vertex="1">
          <mxGeometry height="40" width="288" x="32" as="geometry">
            <mxRectangle height="40" width="288" as="alternateBounds" />
          </mxGeometry>
        </mxCell>
        <mxCell id="WnOlcH9fiUK7AfTd9S8V-6" parent="WnOlcH9fiUK7AfTd9S8V-3" style="shape=partialRectangle;html=1;whiteSpace=wrap;connectable=0;strokeColor=inherit;overflow=hidden;fillColor=none;top=0;left=0;bottom=0;right=0;pointerEvents=1;fontSize=14;align=left;" value="bootrom低速建链切&lt;font style=&quot;color: rgb(0, 0, 255);&quot;&gt;高速&lt;/font&gt;" vertex="1">
          <mxGeometry height="40" width="410" x="320" as="geometry">
            <mxRectangle height="40" width="410" as="alternateBounds" />
          </mxGeometry>
        </mxCell>
        <mxCell id="WnOlcH9fiUK7AfTd9S8V-7" parent="WnOlcH9fiUK7AfTd9S8V-2" style="shape=tableRow;horizontal=0;startSize=0;swimlaneHead=0;swimlaneBody=0;strokeColor=inherit;top=0;left=0;bottom=0;right=0;collapsible=0;dropTarget=0;fillColor=none;points=[[0,0.5],[1,0.5]];portConstraint=eastwest;fontSize=14;align=left;" value="" vertex="1">
          <mxGeometry height="40" width="730" y="160" as="geometry" />
        </mxCell>
        <mxCell id="WnOlcH9fiUK7AfTd9S8V-8" parent="WnOlcH9fiUK7AfTd9S8V-7" style="shape=partialRectangle;html=1;whiteSpace=wrap;connectable=0;strokeColor=inherit;overflow=hidden;fillColor=none;top=0;left=0;bottom=0;right=0;pointerEvents=1;fontSize=14;align=left;" value="4" vertex="1">
          <mxGeometry height="40" width="32" as="geometry">
            <mxRectangle height="40" width="32" as="alternateBounds" />
          </mxGeometry>
        </mxCell>
        <mxCell id="WnOlcH9fiUK7AfTd9S8V-9" parent="WnOlcH9fiUK7AfTd9S8V-7" style="shape=partialRectangle;html=1;whiteSpace=wrap;connectable=0;strokeColor=inherit;overflow=hidden;fillColor=none;top=0;left=0;bottom=0;right=0;pointerEvents=1;fontSize=14;align=left;" value="bootrom 配置高速启动，颗粒也是高速，高速成功" vertex="1">
          <mxGeometry height="40" width="288" x="32" as="geometry">
            <mxRectangle height="40" width="288" as="alternateBounds" />
          </mxGeometry>
        </mxCell>
        <mxCell id="WnOlcH9fiUK7AfTd9S8V-10" parent="WnOlcH9fiUK7AfTd9S8V-7" style="shape=partialRectangle;html=1;whiteSpace=wrap;connectable=0;strokeColor=inherit;overflow=hidden;fillColor=none;top=0;left=0;bottom=0;right=0;pointerEvents=1;fontSize=14;align=left;" value="bootrom&lt;font style=&quot;color: rgb(0, 0, 255);&quot;&gt;高速&lt;/font&gt;建链" vertex="1">
          <mxGeometry height="40" width="410" x="320" as="geometry">
            <mxRectangle height="40" width="410" as="alternateBounds" />
          </mxGeometry>
        </mxCell>
        <mxCell id="WnOlcH9fiUK7AfTd9S8V-11" parent="WnOlcH9fiUK7AfTd9S8V-2" style="shape=tableRow;horizontal=0;startSize=0;swimlaneHead=0;swimlaneBody=0;strokeColor=inherit;top=0;left=0;bottom=0;right=0;collapsible=0;dropTarget=0;fillColor=none;points=[[0,0.5],[1,0.5]];portConstraint=eastwest;fontSize=14;align=left;" value="" vertex="1">
          <mxGeometry height="40" width="730" y="200" as="geometry" />
        </mxCell>
        <mxCell id="WnOlcH9fiUK7AfTd9S8V-12" parent="WnOlcH9fiUK7AfTd9S8V-11" style="shape=partialRectangle;html=1;whiteSpace=wrap;connectable=0;strokeColor=inherit;overflow=hidden;fillColor=none;top=0;left=0;bottom=0;right=0;pointerEvents=1;fontSize=14;align=left;" value="5" vertex="1">
          <mxGeometry height="40" width="32" as="geometry">
            <mxRectangle height="40" width="32" as="alternateBounds" />
          </mxGeometry>
        </mxCell>
        <mxCell id="WnOlcH9fiUK7AfTd9S8V-13" parent="WnOlcH9fiUK7AfTd9S8V-11" style="shape=partialRectangle;html=1;whiteSpace=wrap;connectable=0;strokeColor=inherit;overflow=hidden;fillColor=none;top=0;left=0;bottom=0;right=0;pointerEvents=1;fontSize=14;align=left;" value="bootrom 配置低速启动，颗粒也是低速，切速率失败，不切速率成功" vertex="1">
          <mxGeometry height="40" width="288" x="32" as="geometry">
            <mxRectangle height="40" width="288" as="alternateBounds" />
          </mxGeometry>
        </mxCell>
        <mxCell id="WnOlcH9fiUK7AfTd9S8V-14" parent="WnOlcH9fiUK7AfTd9S8V-11" style="shape=partialRectangle;html=1;whiteSpace=wrap;connectable=0;strokeColor=inherit;overflow=hidden;fillColor=none;top=0;left=0;bottom=0;right=0;pointerEvents=1;fontSize=14;align=left;" value="bootrom低速建链切高速失败 --&amp;gt; bootrom 高速建链失败 ---&amp;gt; bootrom &lt;font style=&quot;color: rgb(255, 51, 255);&quot;&gt;低速&lt;/font&gt;建链成功(不切高速)" vertex="1">
          <mxGeometry height="40" width="410" x="320" as="geometry">
            <mxRectangle height="40" width="410" as="alternateBounds" />
          </mxGeometry>
        </mxCell>
        <mxCell id="PYW4Q93ZiJ2KnNfdN5cH-39" parent="1" style="shape=tableRow;horizontal=0;startSize=0;swimlaneHead=0;swimlaneBody=0;strokeColor=inherit;top=0;left=0;bottom=0;right=0;collapsible=0;dropTarget=0;fillColor=none;points=[[0,0.5],[1,0.5]];portConstraint=eastwest;fontSize=14;align=left;" value="" vertex="1">
          <mxGeometry height="40" width="730" x="40" y="560" as="geometry" />
        </mxCell>
        <mxCell id="PYW4Q93ZiJ2KnNfdN5cH-63" parent="1" style="shape=table;startSize=0;container=1;collapsible=0;childLayout=tableLayout;fontSize=14;align=left;" value="" vertex="1">
          <mxGeometry height="260" width="730" x="40" y="560" as="geometry" />
        </mxCell>
        <mxCell id="PYW4Q93ZiJ2KnNfdN5cH-64" parent="PYW4Q93ZiJ2KnNfdN5cH-63" style="shape=tableRow;horizontal=0;startSize=0;swimlaneHead=0;swimlaneBody=0;strokeColor=inherit;top=0;left=0;bottom=0;right=0;collapsible=0;dropTarget=0;fillColor=none;points=[[0,0.5],[1,0.5]];portConstraint=eastwest;fontSize=14;align=left;" value="" vertex="1">
          <mxGeometry height="40" width="730" as="geometry" />
        </mxCell>
        <mxCell id="PYW4Q93ZiJ2KnNfdN5cH-65" parent="PYW4Q93ZiJ2KnNfdN5cH-64" style="shape=partialRectangle;html=1;whiteSpace=wrap;connectable=0;strokeColor=inherit;overflow=hidden;fillColor=none;top=0;left=0;bottom=0;right=0;pointerEvents=1;fontSize=14;align=left;" value="6" vertex="1">
          <mxGeometry height="40" width="32" as="geometry">
            <mxRectangle height="40" width="32" as="alternateBounds" />
          </mxGeometry>
        </mxCell>
        <mxCell id="PYW4Q93ZiJ2KnNfdN5cH-66" parent="PYW4Q93ZiJ2KnNfdN5cH-64" style="shape=partialRectangle;html=1;whiteSpace=wrap;connectable=0;strokeColor=inherit;overflow=hidden;fillColor=none;top=0;left=0;bottom=0;right=0;pointerEvents=1;fontSize=14;align=left;" value="bootrom 配置高速启动，颗粒是低速，低速切高速失败" vertex="1">
          <mxGeometry height="40" width="288" x="32" as="geometry">
            <mxRectangle height="40" width="288" as="alternateBounds" />
          </mxGeometry>
        </mxCell>
        <mxCell id="PYW4Q93ZiJ2KnNfdN5cH-67" parent="PYW4Q93ZiJ2KnNfdN5cH-64" style="shape=partialRectangle;html=1;whiteSpace=wrap;connectable=0;strokeColor=inherit;overflow=hidden;fillColor=none;top=0;left=0;bottom=0;right=0;pointerEvents=1;fontSize=14;align=left;" value="bootrom高速建链失败 --&amp;gt; bootrom 低速建链切高速失败 ---&amp;gt; bootrom &lt;font style=&quot;color: rgb(255, 51, 255);&quot;&gt;低速&lt;/font&gt;建链成功(不切高速)" vertex="1">
          <mxGeometry height="40" width="410" x="320" as="geometry">
            <mxRectangle height="40" width="410" as="alternateBounds" />
          </mxGeometry>
        </mxCell>
        <mxCell id="PYW4Q93ZiJ2KnNfdN5cH-68" parent="PYW4Q93ZiJ2KnNfdN5cH-63" style="shape=tableRow;horizontal=0;startSize=0;swimlaneHead=0;swimlaneBody=0;strokeColor=inherit;top=0;left=0;bottom=0;right=0;collapsible=0;dropTarget=0;fillColor=none;points=[[0,0.5],[1,0.5]];portConstraint=eastwest;fontSize=14;align=left;" value="" vertex="1">
          <mxGeometry height="60" width="730" y="40" as="geometry" />
        </mxCell>
        <mxCell id="PYW4Q93ZiJ2KnNfdN5cH-69" parent="PYW4Q93ZiJ2KnNfdN5cH-68" style="shape=partialRectangle;html=1;whiteSpace=wrap;connectable=0;strokeColor=inherit;overflow=hidden;fillColor=none;top=0;left=0;bottom=0;right=0;pointerEvents=1;fontSize=14;align=left;" value="7" vertex="1">
          <mxGeometry height="60" width="32" as="geometry">
            <mxRectangle height="60" width="32" as="alternateBounds" />
          </mxGeometry>
        </mxCell>
        <mxCell id="PYW4Q93ZiJ2KnNfdN5cH-70" parent="PYW4Q93ZiJ2KnNfdN5cH-68" style="shape=partialRectangle;html=1;whiteSpace=wrap;connectable=0;strokeColor=inherit;overflow=hidden;fillColor=none;top=0;left=0;bottom=0;right=0;pointerEvents=1;fontSize=14;align=left;" value="bootrom配置高速启动，颗粒也是高速，但是高速建链失败" vertex="1">
          <mxGeometry height="60" width="288" x="32" as="geometry">
            <mxRectangle height="60" width="288" as="alternateBounds" />
          </mxGeometry>
        </mxCell>
        <mxCell id="PYW4Q93ZiJ2KnNfdN5cH-71" parent="PYW4Q93ZiJ2KnNfdN5cH-68" style="shape=partialRectangle;html=1;whiteSpace=wrap;connectable=0;strokeColor=inherit;overflow=hidden;fillColor=none;top=0;left=0;bottom=0;right=0;pointerEvents=1;fontSize=14;align=left;" value="bootrom高速建链失败 --&amp;gt; bootrom 低速建链切高速失败 ---&amp;gt; bootrom 低速建链失败 &lt;font style=&quot;color: rgb(255, 51, 51);&quot;&gt;（需要改颗粒硬件PIN配置低速 或者使能LSS efuse 控制）&lt;/font&gt;" vertex="1">
          <mxGeometry height="60" width="410" x="320" as="geometry">
            <mxRectangle height="60" width="410" as="alternateBounds" />
          </mxGeometry>
        </mxCell>
        <mxCell id="PYW4Q93ZiJ2KnNfdN5cH-72" parent="PYW4Q93ZiJ2KnNfdN5cH-63" style="shape=tableRow;horizontal=0;startSize=0;swimlaneHead=0;swimlaneBody=0;strokeColor=inherit;top=0;left=0;bottom=0;right=0;collapsible=0;dropTarget=0;fillColor=none;points=[[0,0.5],[1,0.5]];portConstraint=eastwest;fontSize=14;align=left;" value="" vertex="1">
          <mxGeometry height="40" width="730" y="100" as="geometry" />
        </mxCell>
        <mxCell id="PYW4Q93ZiJ2KnNfdN5cH-73" parent="PYW4Q93ZiJ2KnNfdN5cH-72" style="shape=partialRectangle;html=1;whiteSpace=wrap;connectable=0;strokeColor=inherit;overflow=hidden;fillColor=none;top=0;left=0;bottom=0;right=0;pointerEvents=1;fontSize=14;align=left;" value="8" vertex="1">
          <mxGeometry height="40" width="32" as="geometry">
            <mxRectangle height="40" width="32" as="alternateBounds" />
          </mxGeometry>
        </mxCell>
        <mxCell id="PYW4Q93ZiJ2KnNfdN5cH-74" parent="PYW4Q93ZiJ2KnNfdN5cH-72" style="shape=partialRectangle;html=1;whiteSpace=wrap;connectable=0;strokeColor=inherit;overflow=hidden;fillColor=none;top=0;left=0;bottom=0;right=0;pointerEvents=1;fontSize=14;align=left;" value="bootrom 配置低速启动，颗粒也是低速，低速建链失败" vertex="1">
          <mxGeometry height="40" width="288" x="32" as="geometry">
            <mxRectangle height="40" width="288" as="alternateBounds" />
          </mxGeometry>
        </mxCell>
        <mxCell id="PYW4Q93ZiJ2KnNfdN5cH-75" parent="PYW4Q93ZiJ2KnNfdN5cH-72" style="shape=partialRectangle;html=1;whiteSpace=wrap;connectable=0;strokeColor=inherit;overflow=hidden;fillColor=none;top=0;left=0;bottom=0;right=0;pointerEvents=1;fontSize=14;align=left;" value="bootrom低速建链切高速失败 --&amp;gt; bootrom 高速建链失败 ---&amp;gt; bootrom 低速建链失败 --&amp;gt; &lt;font style=&quot;color: rgb(255, 51, 51);&quot;&gt;USB 启动 （需要查硬件问题）&lt;/font&gt;" vertex="1">
          <mxGeometry height="40" width="410" x="320" as="geometry">
            <mxRectangle height="40" width="410" as="alternateBounds" />
          </mxGeometry>
        </mxCell>
        <mxCell id="PYW4Q93ZiJ2KnNfdN5cH-76" parent="PYW4Q93ZiJ2KnNfdN5cH-63" style="shape=tableRow;horizontal=0;startSize=0;swimlaneHead=0;swimlaneBody=0;strokeColor=inherit;top=0;left=0;bottom=0;right=0;collapsible=0;dropTarget=0;fillColor=none;points=[[0,0.5],[1,0.5]];portConstraint=eastwest;fontSize=14;align=left;" value="" vertex="1">
          <mxGeometry height="40" width="730" y="140" as="geometry" />
        </mxCell>
        <mxCell id="PYW4Q93ZiJ2KnNfdN5cH-77" parent="PYW4Q93ZiJ2KnNfdN5cH-76" style="shape=partialRectangle;html=1;whiteSpace=wrap;connectable=0;strokeColor=inherit;overflow=hidden;fillColor=none;top=0;left=0;bottom=0;right=0;pointerEvents=1;fontSize=14;align=left;" value="" vertex="1">
          <mxGeometry height="40" width="32" as="geometry">
            <mxRectangle height="40" width="32" as="alternateBounds" />
          </mxGeometry>
        </mxCell>
        <mxCell id="PYW4Q93ZiJ2KnNfdN5cH-78" parent="PYW4Q93ZiJ2KnNfdN5cH-76" style="shape=partialRectangle;html=1;whiteSpace=wrap;connectable=0;strokeColor=inherit;overflow=hidden;fillColor=none;top=0;left=0;bottom=0;right=0;pointerEvents=1;fontSize=14;align=left;" value="" vertex="1">
          <mxGeometry height="40" width="288" x="32" as="geometry">
            <mxRectangle height="40" width="288" as="alternateBounds" />
          </mxGeometry>
        </mxCell>
        <mxCell id="PYW4Q93ZiJ2KnNfdN5cH-79" parent="PYW4Q93ZiJ2KnNfdN5cH-76" style="shape=partialRectangle;html=1;whiteSpace=wrap;connectable=0;strokeColor=inherit;overflow=hidden;fillColor=none;top=0;left=0;bottom=0;right=0;pointerEvents=1;fontSize=14;align=left;" value="" vertex="1">
          <mxGeometry height="40" width="410" x="320" as="geometry">
            <mxRectangle height="40" width="410" as="alternateBounds" />
          </mxGeometry>
        </mxCell>
        <mxCell id="PYW4Q93ZiJ2KnNfdN5cH-80" parent="PYW4Q93ZiJ2KnNfdN5cH-63" style="shape=tableRow;horizontal=0;startSize=0;swimlaneHead=0;swimlaneBody=0;strokeColor=inherit;top=0;left=0;bottom=0;right=0;collapsible=0;dropTarget=0;fillColor=none;points=[[0,0.5],[1,0.5]];portConstraint=eastwest;fontSize=14;align=left;" value="" vertex="1">
          <mxGeometry height="40" width="730" y="180" as="geometry" />
        </mxCell>
        <mxCell id="PYW4Q93ZiJ2KnNfdN5cH-81" parent="PYW4Q93ZiJ2KnNfdN5cH-80" style="shape=partialRectangle;html=1;whiteSpace=wrap;connectable=0;strokeColor=inherit;overflow=hidden;fillColor=none;top=0;left=0;bottom=0;right=0;pointerEvents=1;fontSize=14;align=left;" value="" vertex="1">
          <mxGeometry height="40" width="32" as="geometry">
            <mxRectangle height="40" width="32" as="alternateBounds" />
          </mxGeometry>
        </mxCell>
        <mxCell id="PYW4Q93ZiJ2KnNfdN5cH-82" parent="PYW4Q93ZiJ2KnNfdN5cH-80" style="shape=partialRectangle;html=1;whiteSpace=wrap;connectable=0;strokeColor=inherit;overflow=hidden;fillColor=none;top=0;left=0;bottom=0;right=0;pointerEvents=1;fontSize=14;align=left;" value="" vertex="1">
          <mxGeometry height="40" width="288" x="32" as="geometry">
            <mxRectangle height="40" width="288" as="alternateBounds" />
          </mxGeometry>
        </mxCell>
        <mxCell id="PYW4Q93ZiJ2KnNfdN5cH-83" parent="PYW4Q93ZiJ2KnNfdN5cH-80" style="shape=partialRectangle;html=1;whiteSpace=wrap;connectable=0;strokeColor=inherit;overflow=hidden;fillColor=none;top=0;left=0;bottom=0;right=0;pointerEvents=1;fontSize=14;align=left;" value="" vertex="1">
          <mxGeometry height="40" width="410" x="320" as="geometry">
            <mxRectangle height="40" width="410" as="alternateBounds" />
          </mxGeometry>
        </mxCell>
        <mxCell id="PYW4Q93ZiJ2KnNfdN5cH-84" parent="PYW4Q93ZiJ2KnNfdN5cH-63" style="shape=tableRow;horizontal=0;startSize=0;swimlaneHead=0;swimlaneBody=0;strokeColor=inherit;top=0;left=0;bottom=0;right=0;collapsible=0;dropTarget=0;fillColor=none;points=[[0,0.5],[1,0.5]];portConstraint=eastwest;fontSize=14;align=left;" value="" vertex="1">
          <mxGeometry height="40" width="730" y="220" as="geometry" />
        </mxCell>
        <mxCell id="PYW4Q93ZiJ2KnNfdN5cH-85" parent="PYW4Q93ZiJ2KnNfdN5cH-84" style="shape=partialRectangle;html=1;whiteSpace=wrap;connectable=0;strokeColor=inherit;overflow=hidden;fillColor=none;top=0;left=0;bottom=0;right=0;pointerEvents=1;fontSize=14;align=left;" value="" vertex="1">
          <mxGeometry height="40" width="32" as="geometry">
            <mxRectangle height="40" width="32" as="alternateBounds" />
          </mxGeometry>
        </mxCell>
        <mxCell id="PYW4Q93ZiJ2KnNfdN5cH-86" parent="PYW4Q93ZiJ2KnNfdN5cH-84" style="shape=partialRectangle;html=1;whiteSpace=wrap;connectable=0;strokeColor=inherit;overflow=hidden;fillColor=none;top=0;left=0;bottom=0;right=0;pointerEvents=1;fontSize=14;align=left;" value="" vertex="1">
          <mxGeometry height="40" width="288" x="32" as="geometry">
            <mxRectangle height="40" width="288" as="alternateBounds" />
          </mxGeometry>
        </mxCell>
        <mxCell id="PYW4Q93ZiJ2KnNfdN5cH-87" parent="PYW4Q93ZiJ2KnNfdN5cH-84" style="shape=partialRectangle;html=1;whiteSpace=wrap;connectable=0;strokeColor=inherit;overflow=hidden;fillColor=none;top=0;left=0;bottom=0;right=0;pointerEvents=1;fontSize=14;align=left;" value="" vertex="1">
          <mxGeometry height="40" width="410" x="320" as="geometry">
            <mxRectangle height="40" width="410" as="alternateBounds" />
          </mxGeometry>
        </mxCell>
      </root>
    </mxGraphModel>
  </diagram>
</mxfile>
